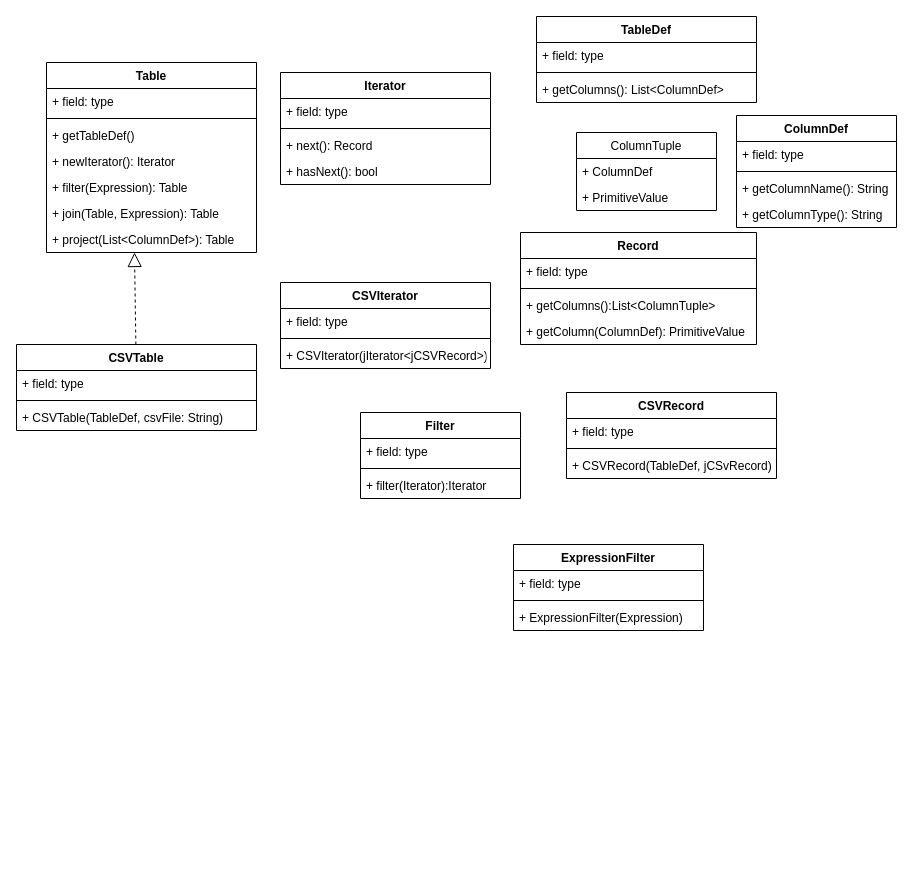
Earlier version of the draw.io diagram toyqe.drawio (kikimo/toyqe). Source tidied: cells renumbered, new cells numbered last; positions are measured from the earlier drawing's top-left corner, leaving out a move shared by most shapes. Both pictures are drawn from the tidied source at 100%, with x=0, y=0 at pixel (16, 16).
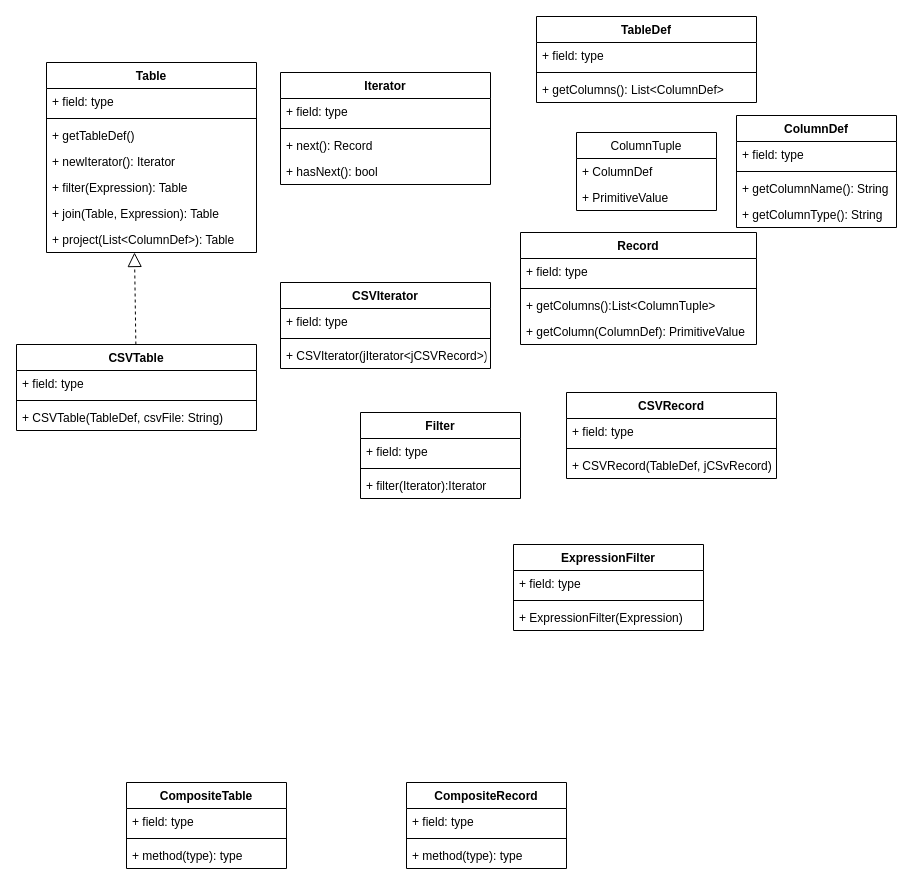
The same page after the edit.

Diff of the diagram source:
```diff
@@
+    <mxCell id="53" value="CompositeTable" style="swimlane;fontStyle=1;align=center;verticalAlign=top;horizontal=1;startSize=26;" parent="1" vertex="1">
+      <mxGeometry x="110" y="766" width="160" height="86" as="geometry" />
+    </mxCell>
+    <mxCell id="54" value="+ field: type" style="text;strokeColor=none;fillColor=none;align=left;verticalAlign=top;spacingLeft=4;spacingRight=4;overflow=hidden;" parent="53" vertex="1">
+      <mxGeometry y="26" width="160" height="26" as="geometry" />
+    </mxCell>
+    <mxCell id="55" style="line;strokeWidth=1;fillColor=none;align=left;verticalAlign=middle;spacingTop=-1;spacingLeft=3;spacingRight=3;labelPosition=right;" parent="53" vertex="1">
+      <mxGeometry y="52" width="160" height="8" as="geometry" />
+    </mxCell>
+    <mxCell id="56" value="+ method(type): type" style="text;strokeColor=none;fillColor=none;align=left;verticalAlign=top;spacingLeft=4;spacingRight=4;overflow=hidden;" parent="53" vertex="1">
+      <mxGeometry y="60" width="160" height="26" as="geometry" />
+    </mxCell>
+    <mxCell id="57" value="CompositeRecord" style="swimlane;fontStyle=1;align=center;verticalAlign=top;horizontal=1;startSize=26;" parent="1" vertex="1">
+      <mxGeometry x="390" y="766" width="160" height="86" as="geometry" />
+    </mxCell>
+    <mxCell id="58" value="+ field: type" style="text;strokeColor=none;fillColor=none;align=left;verticalAlign=top;spacingLeft=4;spacingRight=4;overflow=hidden;" parent="57" vertex="1">
+      <mxGeometry y="26" width="160" height="26" as="geometry" />
+    </mxCell>
+    <mxCell id="59" style="line;strokeWidth=1;fillColor=none;align=left;verticalAlign=middle;spacingTop=-1;spacingLeft=3;spacingRight=3;labelPosition=right;" parent="57" vertex="1">
+      <mxGeometry y="52" width="160" height="8" as="geometry" />
+    </mxCell>
+    <mxCell id="60" value="+ method(type): type" style="text;strokeColor=none;fillColor=none;align=left;verticalAlign=top;spacingLeft=4;spacingRight=4;overflow=hidden;" parent="57" vertex="1">
+      <mxGeometry y="60" width="160" height="26" as="geometry" />
+    </mxCell>
```
